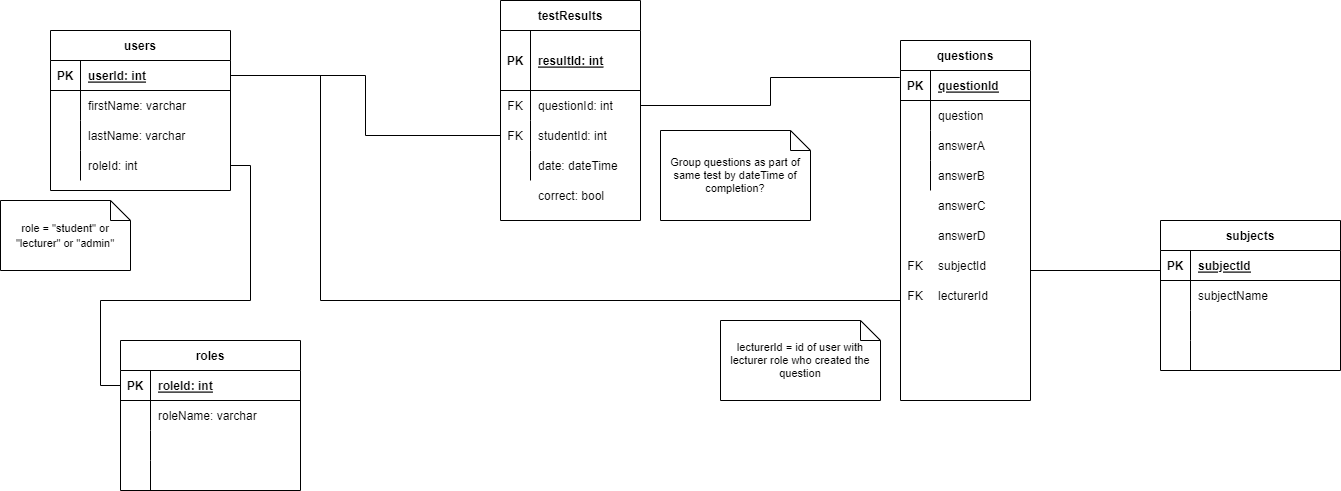
This is Designs/csd db diagram.drawio.png from westoncollab/csd, a draw.io export, as it was before one commit. Source tidied: cells renumbered, new cells last; positions are measured from the earlier drawing's top-left corner, leaving out a move shared by most shapes.
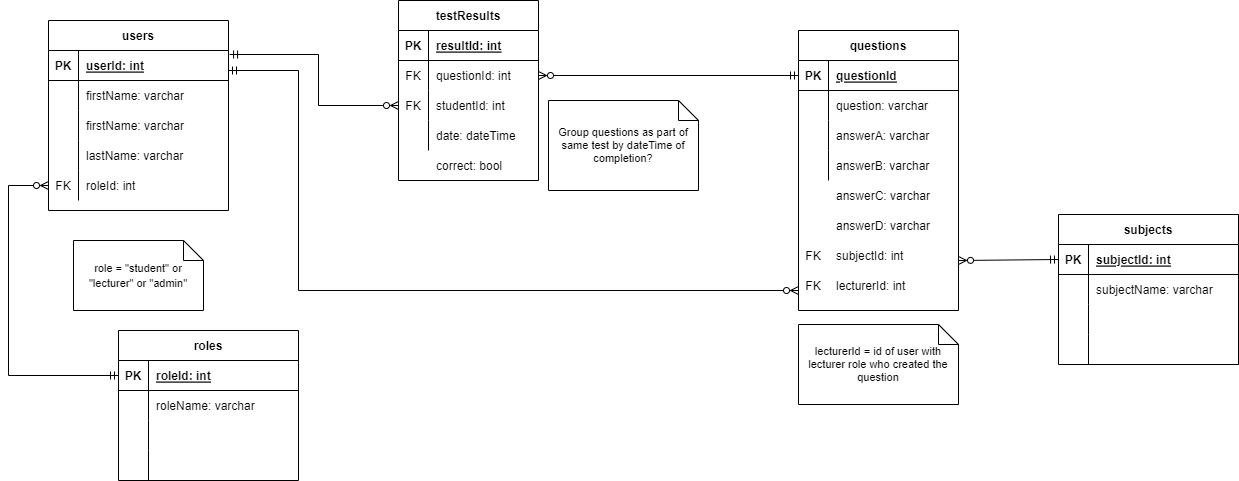
Above is the later version.

Commit message:
update erd preview with prev commit changes

Change to the diagram source:
```diff
@@ -3,7 +3,7 @@
     <mxCell id="0" />
     <mxCell id="1" parent="0" />
     <mxCell id="2" value="users" style="shape=table;startSize=30;rowLines=0;fontStyle=1;align=center;" parent="1" vertex="1">
-      <mxGeometry x="50" y="30" width="180" height="160" as="geometry" />
+      <mxGeometry x="50" y="30" width="180" height="190" as="geometry" />
     </mxCell>
     <mxCell id="3" style="shape=tableRow;horizontal=0;startSize=0;swimlaneHead=0;swimlaneBody=0;fillColor=none;points=[[0,0.5],[1,0.5]];portConstraint=eastwest;top=0;left=0;right=0;bottom=1;" parent="2" vertex="1">
       <mxGeometry y="30" width="180" height="30" as="geometry" />
@@ -23,8 +23,17 @@
     <mxCell id="8" value="firstName: varchar" style="shape=partialRectangle;fillColor=none;top=0;left=0;bottom=0;right=0;align=left;spacingLeft=6;overflow=hidden;" parent="6" vertex="1">
       <mxGeometry x="30" width="150" height="30" as="geometry" />
     </mxCell>
+    <mxCell id="84" style="shape=tableRow;horizontal=0;startSize=0;swimlaneHead=0;swimlaneBody=0;fillColor=none;top=0;left=0;right=0;bottom=0;" parent="2" vertex="1">
+      <mxGeometry y="90" width="180" height="30" as="geometry" />
+    </mxCell>
+    <mxCell id="85" style="shape=partialRectangle;fillColor=none;top=0;left=0;bottom=0;right=0;overflow=hidden;" parent="84" vertex="1">
+      <mxGeometry width="30" height="30" as="geometry" />
+    </mxCell>
+    <mxCell id="86" value="firstName: varchar" style="shape=partialRectangle;fillColor=none;top=0;left=0;bottom=0;right=0;align=left;spacingLeft=6;overflow=hidden;" parent="84" vertex="1">
+      <mxGeometry x="30" width="150" height="30" as="geometry" />
+    </mxCell>
     <mxCell id="9" style="shape=tableRow;horizontal=0;startSize=0;swimlaneHead=0;swimlaneBody=0;fillColor=none;top=0;left=0;right=0;bottom=0;" parent="2" vertex="1">
-      <mxGeometry y="90" width="180" height="30" as="geometry" />
+      <mxGeometry y="120" width="180" height="30" as="geometry" />
     </mxCell>
     <mxCell id="10" style="shape=partialRectangle;fillColor=none;top=0;left=0;bottom=0;right=0;overflow=hidden;" parent="9" vertex="1">
       <mxGeometry width="30" height="30" as="geometry" />
@@ -33,16 +42,16 @@
       <mxGeometry x="30" width="150" height="30" as="geometry" />
     </mxCell>
     <mxCell id="12" style="shape=tableRow;horizontal=0;startSize=0;swimlaneHead=0;swimlaneBody=0;fillColor=none;points=[[0,0.5],[1,0.5]];portConstraint=eastwest;top=0;left=0;right=0;bottom=0;" parent="2" vertex="1">
-      <mxGeometry y="120" width="180" height="30" as="geometry" />
+      <mxGeometry y="150" width="180" height="30" as="geometry" />
     </mxCell>
-    <mxCell id="13" style="shape=partialRectangle;fillColor=none;top=0;left=0;bottom=0;right=0;overflow=hidden;" parent="12" vertex="1">
+    <mxCell id="13" value="FK" style="shape=partialRectangle;fillColor=none;top=0;left=0;bottom=0;right=0;overflow=hidden;" parent="12" vertex="1">
       <mxGeometry width="30" height="30" as="geometry" />
     </mxCell>
     <mxCell id="14" value="roleId: int" style="shape=partialRectangle;fillColor=none;top=0;left=0;bottom=0;right=0;align=left;spacingLeft=6;overflow=hidden;" parent="12" vertex="1">
       <mxGeometry x="30" width="150" height="30" as="geometry" />
     </mxCell>
     <mxCell id="15" value="subjects" style="shape=table;startSize=30;rowLines=0;fontStyle=1;align=center;" parent="1" vertex="1">
-      <mxGeometry x="1160" y="220" width="180" height="150" as="geometry" />
+      <mxGeometry x="1060" y="224" width="180" height="150" as="geometry" />
     </mxCell>
     <mxCell id="16" style="shape=tableRow;horizontal=0;startSize=0;swimlaneHead=0;swimlaneBody=0;fillColor=none;points=[[0,0.5],[1,0.5]];portConstraint=eastwest;top=0;left=0;right=0;bottom=1;" parent="15" vertex="1">
       <mxGeometry y="30" width="180" height="30" as="geometry" />
@@ -50,7 +59,7 @@
     <mxCell id="17" value="PK" style="shape=partialRectangle;fillColor=none;top=0;left=0;bottom=0;right=0;fontStyle=1;overflow=hidden;" parent="16" vertex="1">
       <mxGeometry width="30" height="30" as="geometry" />
     </mxCell>
-    <mxCell id="18" value="subjectId" style="shape=partialRectangle;fillColor=none;top=0;left=0;bottom=0;right=0;align=left;spacingLeft=6;fontStyle=5;overflow=hidden;" parent="16" vertex="1">
+    <mxCell id="18" value="subjectId: int" style="shape=partialRectangle;fillColor=none;top=0;left=0;bottom=0;right=0;align=left;spacingLeft=6;fontStyle=5;overflow=hidden;" parent="16" vertex="1">
       <mxGeometry x="30" width="150" height="30" as="geometry" />
     </mxCell>
     <mxCell id="19" style="shape=tableRow;horizontal=0;startSize=0;swimlaneHead=0;swimlaneBody=0;fillColor=none;top=0;left=0;right=0;bottom=0;" parent="15" vertex="1">
@@ -59,7 +68,7 @@
     <mxCell id="20" style="shape=partialRectangle;fillColor=none;top=0;left=0;bottom=0;right=0;overflow=hidden;" parent="19" vertex="1">
       <mxGeometry width="30" height="30" as="geometry" />
     </mxCell>
-    <mxCell id="21" value="subjectName" style="shape=partialRectangle;fillColor=none;top=0;left=0;bottom=0;right=0;align=left;spacingLeft=6;overflow=hidden;" parent="19" vertex="1">
+    <mxCell id="21" value="subjectName: varchar" style="shape=partialRectangle;fillColor=none;top=0;left=0;bottom=0;right=0;align=left;spacingLeft=6;overflow=hidden;" parent="19" vertex="1">
       <mxGeometry x="30" width="150" height="30" as="geometry" />
     </mxCell>
     <mxCell id="22" style="shape=tableRow;horizontal=0;startSize=0;swimlaneHead=0;swimlaneBody=0;fillColor=none;top=0;left=0;right=0;bottom=0;" parent="15" vertex="1">
@@ -81,19 +90,19 @@
       <mxGeometry x="30" width="150" height="30" as="geometry" />
     </mxCell>
     <mxCell id="28" value="testResults" style="shape=table;startSize=30;rowLines=0;fontStyle=1;align=center;" parent="1" vertex="1">
-      <mxGeometry x="500" width="140" height="220" as="geometry" />
+      <mxGeometry x="400" y="10" width="140" height="180" as="geometry" />
     </mxCell>
     <mxCell id="29" style="shape=tableRow;horizontal=0;startSize=0;swimlaneHead=0;swimlaneBody=0;fillColor=none;top=0;left=0;right=0;bottom=1;" parent="28" vertex="1">
-      <mxGeometry y="30" width="140" height="60" as="geometry" />
+      <mxGeometry y="30" width="140" height="30" as="geometry" />
     </mxCell>
     <mxCell id="30" value="PK" style="shape=partialRectangle;fillColor=none;top=0;left=0;bottom=0;right=0;fontStyle=1;overflow=hidden;" parent="29" vertex="1">
-      <mxGeometry width="30" height="60" as="geometry" />
+      <mxGeometry width="30" height="30" as="geometry" />
     </mxCell>
     <mxCell id="31" value="resultId: int" style="shape=partialRectangle;fillColor=none;top=0;left=0;bottom=0;right=0;align=left;spacingLeft=6;fontStyle=5;overflow=hidden;" parent="29" vertex="1">
-      <mxGeometry x="30" width="110" height="60" as="geometry" />
+      <mxGeometry x="30" width="110" height="30" as="geometry" />
     </mxCell>
     <mxCell id="32" style="shape=tableRow;horizontal=0;startSize=0;swimlaneHead=0;swimlaneBody=0;fillColor=none;points=[[0,0.5],[1,0.5]];portConstraint=eastwest;top=0;left=0;right=0;bottom=0;" parent="28" vertex="1">
-      <mxGeometry y="90" width="140" height="30" as="geometry" />
+      <mxGeometry y="60" width="140" height="30" as="geometry" />
     </mxCell>
     <mxCell id="33" value="FK" style="shape=partialRectangle;fillColor=none;top=0;left=0;bottom=0;right=0;overflow=hidden;" parent="32" vertex="1">
       <mxGeometry width="30" height="30" as="geometry" />
@@ -102,7 +111,7 @@
       <mxGeometry x="30" width="110" height="30" as="geometry" />
     </mxCell>
     <mxCell id="35" style="shape=tableRow;horizontal=0;startSize=0;swimlaneHead=0;swimlaneBody=0;fillColor=none;points=[[0,0.5],[1,0.5]];portConstraint=eastwest;top=0;left=0;right=0;bottom=0;" parent="28" vertex="1">
-      <mxGeometry y="120" width="140" height="30" as="geometry" />
+      <mxGeometry y="90" width="140" height="30" as="geometry" />
     </mxCell>
     <mxCell id="36" value="FK" style="shape=partialRectangle;fillColor=none;top=0;left=0;bottom=0;right=0;overflow=hidden;" parent="35" vertex="1">
       <mxGeometry width="30" height="30" as="geometry" />
@@ -111,7 +120,7 @@
       <mxGeometry x="30" width="110" height="30" as="geometry" />
     </mxCell>
     <mxCell id="38" style="shape=tableRow;horizontal=0;startSize=0;swimlaneHead=0;swimlaneBody=0;fillColor=none;top=0;left=0;right=0;bottom=0;" parent="28" vertex="1">
-      <mxGeometry y="150" width="140" height="30" as="geometry" />
+      <mxGeometry y="120" width="140" height="30" as="geometry" />
     </mxCell>
     <mxCell id="39" style="shape=partialRectangle;fillColor=none;top=0;left=0;bottom=0;right=0;overflow=hidden;" parent="38" vertex="1">
       <mxGeometry width="30" height="30" as="geometry" />
@@ -119,103 +128,106 @@
     <mxCell id="40" value="date: dateTime" style="shape=partialRectangle;fillColor=none;top=0;left=0;bottom=0;right=0;align=left;spacingLeft=6;overflow=hidden;" parent="38" vertex="1">
       <mxGeometry x="30" width="110" height="30" as="geometry" />
     </mxCell>
-    <mxCell id="41" style="edgeStyle=orthogonalEdgeStyle;rounded=0;jettySize=auto;html=1;entryX=0;entryY=0.5;entryDx=0;entryDy=0;endArrow=none;endFill=0;" parent="1" edge="1" target="16">
+    <mxCell id="41" style="edgeStyle=orthogonalEdgeStyle;rounded=0;jettySize=auto;html=1;entryX=0;entryY=0.5;entryDx=0;entryDy=0;endArrow=ERmandOne;endFill=0;startArrow=ERzeroToMany;startFill=0;" parent="1" edge="1" target="16">
       <mxGeometry relative="1" as="geometry">
-        <mxPoint x="1030" y="270" as="sourcePoint" />
+        <mxPoint x="960" y="270" as="sourcePoint" />
         <Array as="points">
-          <mxPoint x="1160" y="270" />
+          <mxPoint x="1060" y="270" />
         </Array>
       </mxGeometry>
     </mxCell>
-    <mxCell id="42" value="answerB" style="shape=partialRectangle;fillColor=none;top=0;left=0;bottom=0;right=0;align=left;spacingLeft=6;overflow=hidden;" parent="1" vertex="1">
-      <mxGeometry x="930" y="160" width="120" height="30" as="geometry" />
-    </mxCell>
-    <mxCell id="43" value="answerC" style="shape=partialRectangle;fillColor=none;top=0;left=0;bottom=0;right=0;align=left;spacingLeft=6;overflow=hidden;" parent="1" vertex="1">
-      <mxGeometry x="930" y="190" width="120" height="30" as="geometry" />
+    <mxCell id="43" value="answerC: varchar" style="shape=partialRectangle;fillColor=none;top=0;left=0;bottom=0;right=0;align=left;spacingLeft=6;overflow=hidden;" parent="1" vertex="1">
+      <mxGeometry x="830" y="190" width="120" height="30" as="geometry" />
     </mxCell>
-    <mxCell id="44" value="answerD" style="shape=partialRectangle;fillColor=none;top=0;left=0;bottom=0;right=0;align=left;spacingLeft=6;overflow=hidden;" parent="1" vertex="1">
-      <mxGeometry x="930" y="220" width="120" height="30" as="geometry" />
+    <mxCell id="44" value="answerD: varchar" style="shape=partialRectangle;fillColor=none;top=0;left=0;bottom=0;right=0;align=left;spacingLeft=6;overflow=hidden;" parent="1" vertex="1">
+      <mxGeometry x="830" y="220" width="120" height="30" as="geometry" />
     </mxCell>
     <mxCell id="45" value="questions" style="shape=table;startSize=30;rowLines=0;fontStyle=1;align=center;" parent="1" vertex="1">
-      <mxGeometry x="900" y="40" width="130" height="360" as="geometry" />
+      <mxGeometry x="800" y="40" width="160" height="280" as="geometry" />
     </mxCell>
     <mxCell id="46" style="shape=tableRow;horizontal=0;startSize=0;swimlaneHead=0;swimlaneBody=0;fillColor=none;points=[[0,0.5],[1,0.5]];portConstraint=eastwest;top=0;left=0;right=0;bottom=1;" parent="45" vertex="1">
-      <mxGeometry y="30" width="130" height="30" as="geometry" />
+      <mxGeometry y="30" width="160" height="30" as="geometry" />
     </mxCell>
     <mxCell id="47" value="PK" style="shape=partialRectangle;fillColor=none;top=0;left=0;bottom=0;right=0;fontStyle=1;overflow=hidden;" parent="46" vertex="1">
       <mxGeometry width="30" height="30" as="geometry" />
     </mxCell>
     <mxCell id="48" value="questionId" style="shape=partialRectangle;fillColor=none;top=0;left=0;bottom=0;right=0;align=left;spacingLeft=6;fontStyle=5;overflow=hidden;" parent="46" vertex="1">
-      <mxGeometry x="30" width="100" height="30" as="geometry" />
+      <mxGeometry x="30" width="130" height="30" as="geometry" />
     </mxCell>
     <mxCell id="49" style="shape=tableRow;horizontal=0;startSize=0;swimlaneHead=0;swimlaneBody=0;fillColor=none;top=0;left=0;right=0;bottom=0;" parent="45" vertex="1">
-      <mxGeometry y="60" width="130" height="30" as="geometry" />
+      <mxGeometry y="60" width="160" height="30" as="geometry" />
     </mxCell>
     <mxCell id="50" style="shape=partialRectangle;fillColor=none;top=0;left=0;bottom=0;right=0;overflow=hidden;" parent="49" vertex="1">
       <mxGeometry width="30" height="30" as="geometry" />
     </mxCell>
-    <mxCell id="51" value="question" style="shape=partialRectangle;fillColor=none;top=0;left=0;bottom=0;right=0;align=left;spacingLeft=6;overflow=hidden;" parent="49" vertex="1">
-      <mxGeometry x="30" width="100" height="30" as="geometry" />
+    <mxCell id="51" value="question: varchar" style="shape=partialRectangle;fillColor=none;top=0;left=0;bottom=0;right=0;align=left;spacingLeft=6;overflow=hidden;" parent="49" vertex="1">
+      <mxGeometry x="30" width="130" height="30" as="geometry" />
     </mxCell>
     <mxCell id="52" style="shape=tableRow;horizontal=0;startSize=0;swimlaneHead=0;swimlaneBody=0;fillColor=none;top=0;left=0;right=0;bottom=0;" parent="45" vertex="1">
-      <mxGeometry y="90" width="130" height="30" as="geometry" />
+      <mxGeometry y="90" width="160" height="30" as="geometry" />
     </mxCell>
     <mxCell id="53" style="shape=partialRectangle;fillColor=none;top=0;left=0;bottom=0;right=0;overflow=hidden;" parent="52" vertex="1">
       <mxGeometry width="30" height="30" as="geometry" />
     </mxCell>
     <mxCell id="54" style="shape=partialRectangle;fillColor=none;top=0;left=0;bottom=0;right=0;align=left;spacingLeft=6;overflow=hidden;" parent="52" vertex="1">
-      <mxGeometry x="30" width="100" height="30" as="geometry" />
+      <mxGeometry x="30" width="130" height="30" as="geometry" />
     </mxCell>
     <mxCell id="55" style="shape=tableRow;horizontal=0;startSize=0;swimlaneHead=0;swimlaneBody=0;fillColor=none;top=0;left=0;right=0;bottom=0;" parent="45" vertex="1">
-      <mxGeometry y="120" width="130" height="30" as="geometry" />
+      <mxGeometry y="120" width="160" height="30" as="geometry" />
     </mxCell>
     <mxCell id="56" style="shape=partialRectangle;fillColor=none;top=0;left=0;bottom=0;right=0;overflow=hidden;" parent="55" vertex="1">
       <mxGeometry width="30" height="30" as="geometry" />
     </mxCell>
-    <mxCell id="57" style="shape=partialRectangle;fillColor=none;top=0;left=0;bottom=0;right=0;align=left;spacingLeft=6;overflow=hidden;" parent="55" vertex="1">
-      <mxGeometry x="30" width="100" height="30" as="geometry" />
+    <mxCell id="57" value="answerB: varchar" style="shape=partialRectangle;fillColor=none;top=0;left=0;bottom=0;right=0;align=left;spacingLeft=6;overflow=hidden;" parent="55" vertex="1">
+      <mxGeometry x="30" width="130" height="30" as="geometry" />
     </mxCell>
-    <mxCell id="58" style="edgeStyle=orthogonalEdgeStyle;rounded=0;jettySize=auto;html=1;exitX=1;exitY=0.5;exitDx=0;exitDy=0;entryX=-0.006;entryY=0.233;entryDx=0;entryDy=0;entryPerimeter=0;endArrow=none;endFill=0;" parent="1" edge="1" source="32" target="46">
+    <mxCell id="58" style="edgeStyle=orthogonalEdgeStyle;rounded=0;jettySize=auto;html=1;exitX=1;exitY=0.5;exitDx=0;exitDy=0;entryX=0;entryY=0.5;entryDx=0;entryDy=0;endArrow=ERmandOne;endFill=0;startArrow=ERzeroToMany;startFill=0;" parent="1" edge="1" source="32" target="46">
       <mxGeometry relative="1" as="geometry" />
     </mxCell>
-    <mxCell id="59" style="edgeStyle=orthogonalEdgeStyle;rounded=0;jettySize=auto;html=1;exitX=0;exitY=0.5;exitDx=0;exitDy=0;entryX=1;entryY=0.5;entryDx=0;entryDy=0;endArrow=none;endFill=0;" parent="1" edge="1" source="35" target="3">
-      <mxGeometry relative="1" as="geometry" />
+    <mxCell id="59" style="edgeStyle=orthogonalEdgeStyle;rounded=0;jettySize=auto;html=1;exitX=0;exitY=0.5;exitDx=0;exitDy=0;endArrow=ERmandOne;endFill=0;startArrow=ERzeroToMany;startFill=0;entryX=1.006;entryY=0.133;entryDx=0;entryDy=0;entryPerimeter=0;" parent="1" edge="1" source="35" target="3">
+      <mxGeometry relative="1" as="geometry">
+        <Array as="points">
+          <mxPoint x="320" y="115" />
+          <mxPoint x="320" y="64" />
+        </Array>
+      </mxGeometry>
     </mxCell>
     <mxCell id="60" value="correct: bool" style="shape=partialRectangle;fillColor=none;top=0;left=0;bottom=0;right=0;align=left;spacingLeft=6;overflow=hidden;" parent="1" vertex="1">
-      <mxGeometry x="530" y="180" width="150" height="30" as="geometry" />
+      <mxGeometry x="430" y="160" width="150" height="30" as="geometry" />
     </mxCell>
-    <mxCell id="61" value="answerA" style="shape=partialRectangle;fillColor=none;top=0;left=0;bottom=0;right=0;align=left;spacingLeft=6;overflow=hidden;" parent="1" vertex="1">
-      <mxGeometry x="930" y="130" width="120" height="30" as="geometry" />
+    <mxCell id="61" value="answerA: varchar" style="shape=partialRectangle;fillColor=none;top=0;left=0;bottom=0;right=0;align=left;spacingLeft=6;overflow=hidden;" parent="1" vertex="1">
+      <mxGeometry x="830" y="130" width="120" height="30" as="geometry" />
     </mxCell>
-    <mxCell id="62" value="subjectId" style="shape=partialRectangle;fillColor=none;top=0;left=0;bottom=0;right=0;align=left;spacingLeft=6;overflow=hidden;" parent="1" vertex="1">
-      <mxGeometry x="930" y="250" width="120" height="30" as="geometry" />
+    <mxCell id="62" value="subjectId: int" style="shape=partialRectangle;fillColor=none;top=0;left=0;bottom=0;right=0;align=left;spacingLeft=6;overflow=hidden;" parent="1" vertex="1">
+      <mxGeometry x="830" y="250" width="120" height="30" as="geometry" />
     </mxCell>
     <mxCell id="63" value="FK" style="shape=partialRectangle;fillColor=none;top=0;left=0;bottom=0;right=0;overflow=hidden;" parent="1" vertex="1">
-      <mxGeometry x="900" y="250" width="30" height="30" as="geometry" />
+      <mxGeometry x="800" y="250" width="30" height="30" as="geometry" />
     </mxCell>
-    <mxCell id="64" value="lecturerId" style="shape=partialRectangle;fillColor=none;top=0;left=0;bottom=0;right=0;align=left;spacingLeft=6;overflow=hidden;" parent="1" vertex="1">
-      <mxGeometry x="930" y="280" width="120" height="30" as="geometry" />
+    <mxCell id="64" value="lecturerId: int" style="shape=partialRectangle;fillColor=none;top=0;left=0;bottom=0;right=0;align=left;spacingLeft=6;overflow=hidden;" parent="1" vertex="1">
+      <mxGeometry x="830" y="280" width="120" height="30" as="geometry" />
     </mxCell>
     <mxCell id="65" value="FK" style="shape=partialRectangle;fillColor=none;top=0;left=0;bottom=0;right=0;overflow=hidden;" parent="1" vertex="1">
-      <mxGeometry x="900" y="280" width="30" height="30" as="geometry" />
+      <mxGeometry x="800" y="280" width="30" height="30" as="geometry" />
     </mxCell>
-    <mxCell id="66" style="edgeStyle=orthogonalEdgeStyle;rounded=0;jettySize=auto;html=1;exitX=1;exitY=0.5;exitDx=0;exitDy=0;endArrow=none;endFill=0;" parent="1" edge="1" source="3">
+    <mxCell id="66" style="edgeStyle=orthogonalEdgeStyle;rounded=0;orthogonalLoop=1;jettySize=auto;html=1;endArrow=ERzeroToMany;endFill=0;startArrow=ERmandOne;startFill=0;" parent="1" edge="1">
       <mxGeometry relative="1" as="geometry">
-        <mxPoint x="900" y="300" as="targetPoint" />
+        <mxPoint x="230" y="80" as="sourcePoint" />
+        <mxPoint x="800" y="300" as="targetPoint" />
         <Array as="points">
-          <mxPoint x="320" y="75" />
-          <mxPoint x="320" y="300" />
+          <mxPoint x="300" y="80" />
+          <mxPoint x="300" y="300" />
         </Array>
       </mxGeometry>
     </mxCell>
     <mxCell id="67" value="&lt;font style=&quot;font-size: 11px;&quot;&gt;role = &quot;student&quot; or &quot;lecturer&quot; or &quot;admin&quot;&lt;/font&gt;" style="shape=note;size=20;whiteSpace=wrap;html=1;" parent="1" vertex="1">
-      <mxGeometry y="200" width="130" height="70" as="geometry" />
+      <mxGeometry x="75" y="250" width="130" height="70" as="geometry" />
     </mxCell>
     <mxCell id="68" value="lecturerId = id of user with lecturer role who created the question" style="shape=note;size=20;whiteSpace=wrap;html=1;fontSize=11;" parent="1" vertex="1">
-      <mxGeometry x="720" y="320" width="160" height="80" as="geometry" />
+      <mxGeometry x="800" y="334" width="160" height="80" as="geometry" />
     </mxCell>
     <mxCell id="69" value="Group questions as part of same test by dateTime of completion?" style="shape=note;size=20;whiteSpace=wrap;html=1;fontSize=11;" parent="1" vertex="1">
-      <mxGeometry x="660" y="130" width="150" height="90" as="geometry" />
+      <mxGeometry x="550" y="110" width="150" height="90" as="geometry" />
     </mxCell>
     <mxCell id="70" value="roles" style="shape=table;startSize=30;rowLines=0;fontStyle=1;align=center;fontSize=12;" parent="1" vertex="1">
       <mxGeometry x="120" y="340" width="180" height="150" as="geometry" />
@@ -256,13 +268,11 @@
     <mxCell id="82" style="shape=partialRectangle;fillColor=none;top=0;left=0;bottom=0;right=0;align=left;spacingLeft=6;overflow=hidden;fontSize=12;" parent="80" vertex="1">
       <mxGeometry x="30" width="150" height="30" as="geometry" />
     </mxCell>
-    <mxCell id="83" style="edgeStyle=orthogonalEdgeStyle;rounded=0;jettySize=auto;html=1;exitX=1;exitY=0.5;exitDx=0;exitDy=0;entryX=0;entryY=0.5;entryDx=0;entryDy=0;fontSize=12;endArrow=none;endFill=0;" parent="1" edge="1" source="12" target="71">
+    <mxCell id="83" style="edgeStyle=orthogonalEdgeStyle;rounded=0;jettySize=auto;html=1;exitX=0;exitY=0.5;exitDx=0;exitDy=0;entryX=0;entryY=0.5;entryDx=0;entryDy=0;fontSize=12;endArrow=ERmandOne;endFill=0;startArrow=ERzeroToMany;startFill=0;" parent="1" edge="1" source="12" target="71">
       <mxGeometry relative="1" as="geometry">
         <Array as="points">
-          <mxPoint x="250" y="165" />
-          <mxPoint x="250" y="300" />
-          <mxPoint x="100" y="300" />
-          <mxPoint x="100" y="385" />
+          <mxPoint x="10" y="195" />
+          <mxPoint x="10" y="385" />
         </Array>
       </mxGeometry>
     </mxCell>
```
